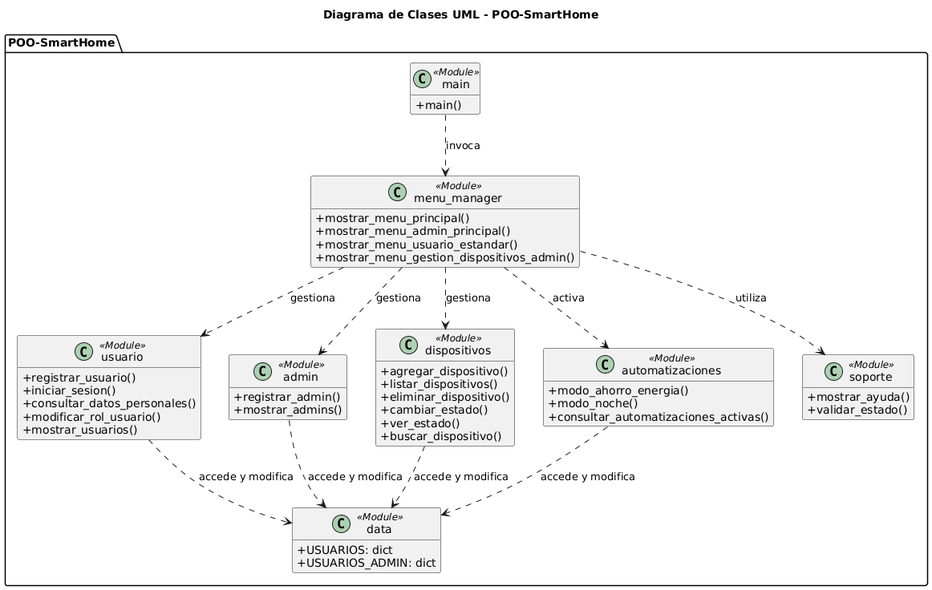
Above: Diseño-Evidencia-5/Diagrama de Clases UML - POO-SmartHome.png in agusting1998/ABP-6-Programacion- (PlantUML), before the change. Its diagram source:
```plantuml
@startuml
skinparam classAttributeIconSize 0
hide empty members
title Diagrama de Clases UML - POO-SmartHome


package "POO-SmartHome" {

    class menu_manager <<Module>> {
      +mostrar_menu_principal()
      +mostrar_menu_admin_principal()
      +mostrar_menu_usuario_estandar()
      +mostrar_menu_gestion_dispositivos_admin()
    }

    class main <<Module>> {
        +main()
    }

    class usuario <<Module>> {
      +registrar_usuario()
      +iniciar_sesion()
      +consultar_datos_personales()
      +modificar_rol_usuario()
      +mostrar_usuarios()
    }

    class admin <<Module>> {
      +registrar_admin()
      +mostrar_admins()
    }

    class dispositivos <<Module>> {
      +agregar_dispositivo()
      +listar_dispositivos()
      +eliminar_dispositivo()
      +cambiar_estado()
      +ver_estado()
      +buscar_dispositivo()
    }

    class automatizaciones <<Module>> {
      +modo_ahorro_energia()
      +modo_noche()
      +consultar_automatizaciones_activas()
    }

    class soporte <<Module>> {
      +mostrar_ayuda()
      +validar_estado()
    }

    class data <<Module>> {
      +USUARIOS: dict
      +USUARIOS_ADMIN: dict
    }
}



main ..> menu_manager : invoca

menu_manager ..> usuario : gestiona
menu_manager ..> admin : gestiona
menu_manager ..> dispositivos : gestiona
menu_manager ..> automatizaciones : activa
menu_manager ..> soporte : utiliza

usuario ..> data : accede y modifica
admin ..> data : accede y modifica
dispositivos ..> data : accede y modifica
automatizaciones ..> data : accede y modifica
@enduml
```
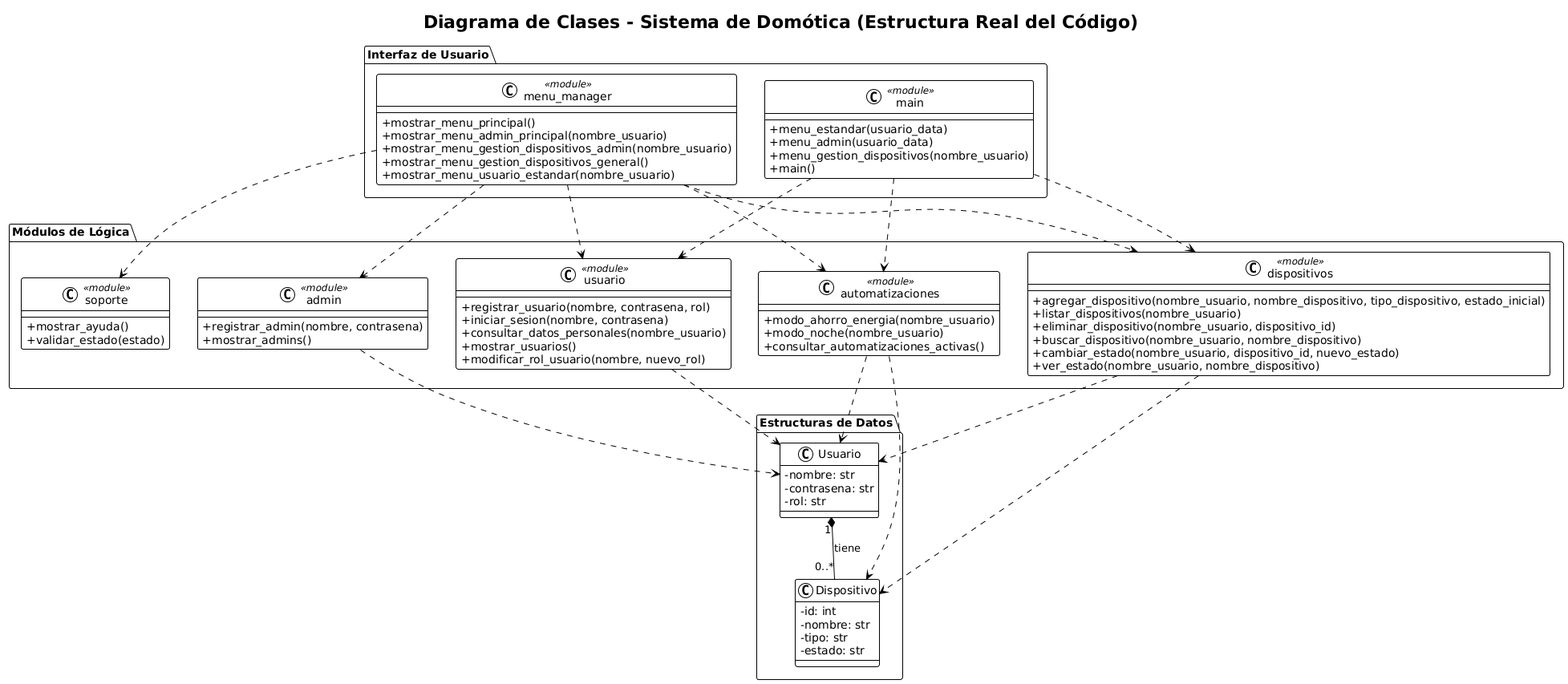
The same diagram one commit later.

Commit message:
Nuevas correcciones,  codigo de diagrama plantuml mal interpretado por la web.

Change to the diagram source:
```diff
@@ -1,73 +1,91 @@
 @startuml
+!theme plain
+title Diagrama de Clases - Sistema de Domótica (Estructura Real del Código)
 skinparam classAttributeIconSize 0
-hide empty members
-title Diagrama de Clases UML - POO-SmartHome
 
-
-package "POO-SmartHome" {
-
-    class menu_manager <<Module>> {
-      +mostrar_menu_principal()
-      +mostrar_menu_admin_principal()
-      +mostrar_menu_usuario_estandar()
-      +mostrar_menu_gestion_dispositivos_admin()
+package "Estructuras de Datos" {
+    class Usuario {
+        - nombre: str
+        - contrasena: str
+        - rol: str
     }
 
-    class main <<Module>> {
-        +main()
+    class Dispositivo {
+        - id: int
+        - nombre: str
+        - tipo: str
+        - estado: str
+    }
+}
+
+package "Módulos de Lógica" {
+    class usuario <<module>> {
+        + registrar_usuario(nombre, contrasena, rol)
+        + iniciar_sesion(nombre, contrasena)
+        + consultar_datos_personales(nombre_usuario)
+        + mostrar_usuarios()
+        + modificar_rol_usuario(nombre, nuevo_rol)
     }
 
-    class usuario <<Module>> {
-      +registrar_usuario()
-      +iniciar_sesion()
-      +consultar_datos_personales()
-      +modificar_rol_usuario()
-      +mostrar_usuarios()
+    class admin <<module>> {
+        + registrar_admin(nombre, contrasena)
+        + mostrar_admins()
     }
 
-    class admin <<Module>> {
-      +registrar_admin()
-      +mostrar_admins()
+    class dispositivos <<module>> {
+        + agregar_dispositivo(nombre_usuario, nombre_dispositivo, tipo_dispositivo, estado_inicial)
+        + listar_dispositivos(nombre_usuario)
+        + eliminar_dispositivo(nombre_usuario, dispositivo_id)
+        + buscar_dispositivo(nombre_usuario, nombre_dispositivo)
+        + cambiar_estado(nombre_usuario, dispositivo_id, nuevo_estado)
+        + ver_estado(nombre_usuario, nombre_dispositivo)
     }
 
-    class dispositivos <<Module>> {
-      +agregar_dispositivo()
-      +listar_dispositivos()
-      +eliminar_dispositivo()
-      +cambiar_estado()
-      +ver_estado()
-      +buscar_dispositivo()
+    class automatizaciones <<module>> {
+        + modo_ahorro_energia(nombre_usuario)
+        + modo_noche(nombre_usuario)
+        + consultar_automatizaciones_activas()
     }
 
-    class automatizaciones <<Module>> {
-      +modo_ahorro_energia()
-      +modo_noche()
-      +consultar_automatizaciones_activas()
+    class soporte <<module>> {
+        + mostrar_ayuda()
+        + validar_estado(estado)
     }
+}
 
-    class soporte <<Module>> {
-      +mostrar_ayuda()
-      +validar_estado()
+package "Interfaz de Usuario" {
+    class menu_manager <<module>> {
+        + mostrar_menu_principal()
+        + mostrar_menu_admin_principal(nombre_usuario)
+        + mostrar_menu_gestion_dispositivos_admin(nombre_usuario)
+        + mostrar_menu_gestion_dispositivos_general()
+        + mostrar_menu_usuario_estandar(nombre_usuario)
     }
-
-    class data <<Module>> {
-      +USUARIOS: dict
-      +USUARIOS_ADMIN: dict
+     class main <<module>> {
+        + menu_estandar(usuario_data)
+        + menu_admin(usuario_data)
+        + menu_gestion_dispositivos(nombre_usuario)
+        + main()
     }
 }
 
 
+Usuario "1" *-- "0..*" Dispositivo : "tiene"
 
-main ..> menu_manager : invoca
+usuario ..> Usuario
+admin ..> Usuario
+dispositivos ..> Usuario
+dispositivos ..> Dispositivo
+automatizaciones ..> Usuario
+automatizaciones ..> Dispositivo
 
-menu_manager ..> usuario : gestiona
-menu_manager ..> admin : gestiona
-menu_manager ..> dispositivos : gestiona
-menu_manager ..> automatizaciones : activa
-menu_manager ..> soporte : utiliza
+menu_manager ..> usuario
+menu_manager ..> admin
+menu_manager ..> dispositivos
+menu_manager ..> automatizaciones
+menu_manager ..> soporte
 
-usuario ..> data : accede y modifica
-admin ..> data : accede y modifica
-dispositivos ..> data : accede y modifica
-automatizaciones ..> data : accede y modifica
+main ..> usuario
+main ..> dispositivos
+main ..> automatizaciones
 @enduml
```
